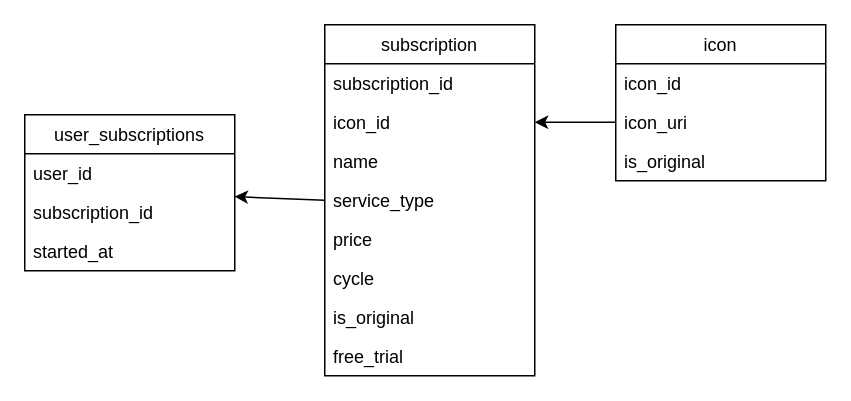
Above: er.dio in CA21engineer/Sub-server (draw.io), before the change. Source tidied: cells renumbered, new cells numbered last; positions are measured from the earlier drawing's top-left corner, leaving out a move shared by most shapes. Both pictures are drawn from the tidied source at 150%, with x=0, y=0 at pixel (24, 24).
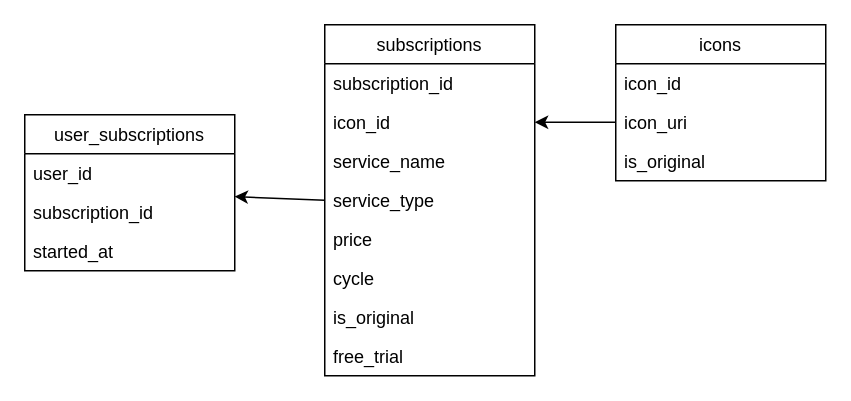
Above is the later version.

Diff of the diagram source:
```diff
@@
-    <mxCell id="4" value="subscription" style="swimlane;fontStyle=0;horizontal=1;startSize=26;fillColor=none;" parent="1" vertex="1">
+    <mxCell id="4" value="subscriptions" style="swimlane;fontStyle=0;horizontal=1;startSize=26;fillColor=none;" parent="1" vertex="1">
       <mxGeometry x="200" width="140" height="234" as="geometry" />
     </mxCell>
@@
-    <mxCell id="7" value="name" style="text;strokeColor=none;fillColor=none;align=left;verticalAlign=top;spacingLeft=4;spacingRight=4;overflow=hidden;" parent="4" vertex="1">
+    <mxCell id="7" value="service_name" style="text;strokeColor=none;fillColor=none;align=left;verticalAlign=top;spacingLeft=4;spacingRight=4;overflow=hidden;" parent="4" vertex="1">
       <mxGeometry y="78" width="140" height="26" as="geometry" />
     </mxCell>
@@
-    <mxCell id="17" value="icon" style="swimlane;fontStyle=0;horizontal=1;startSize=26;fillColor=none;" parent="1" vertex="1">
+    <mxCell id="17" value="icons" style="swimlane;fontStyle=0;horizontal=1;startSize=26;fillColor=none;" parent="1" vertex="1">
       <mxGeometry x="394" width="140" height="104" as="geometry" />
     </mxCell>
```
